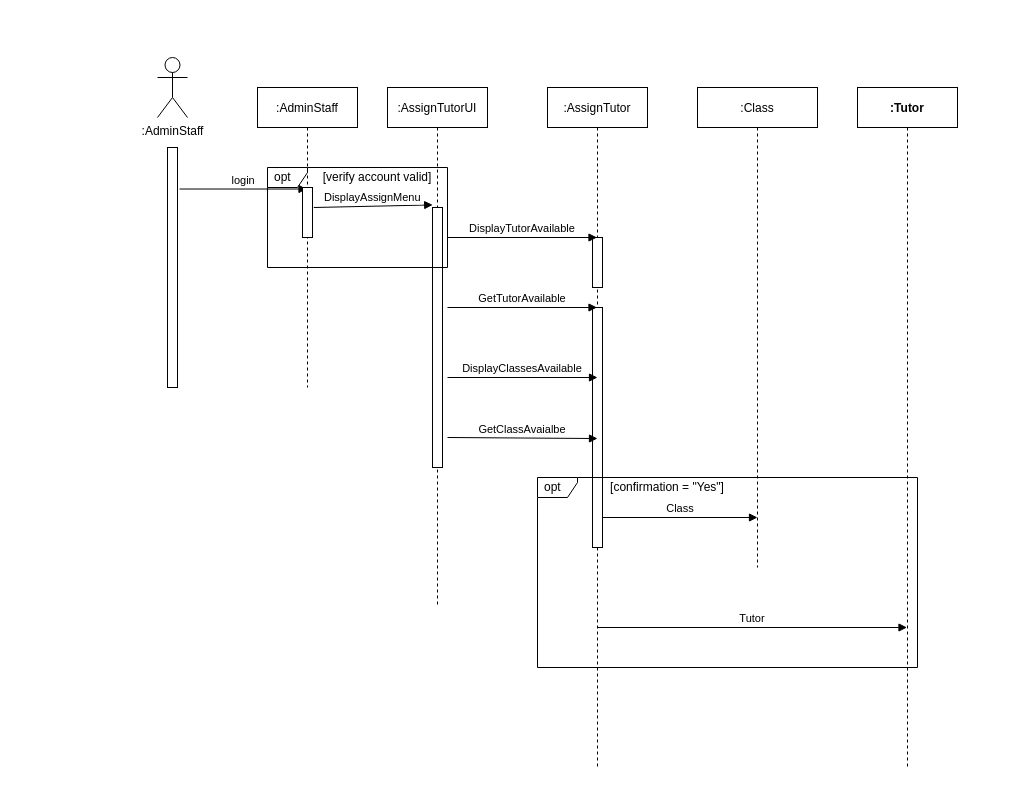
Above: OOAD DIAGRAM/SequenceDiagram.drawio in Jerald13/SemV2-Drawio (draw.io), before the change. Source tidied: cells renumbered, new cells numbered last; positions are measured from the earlier drawing's top-left corner, leaving out a move shared by most shapes. Both pictures are drawn from the tidied source at 100%, with x=0, y=0 at pixel (157, 57).
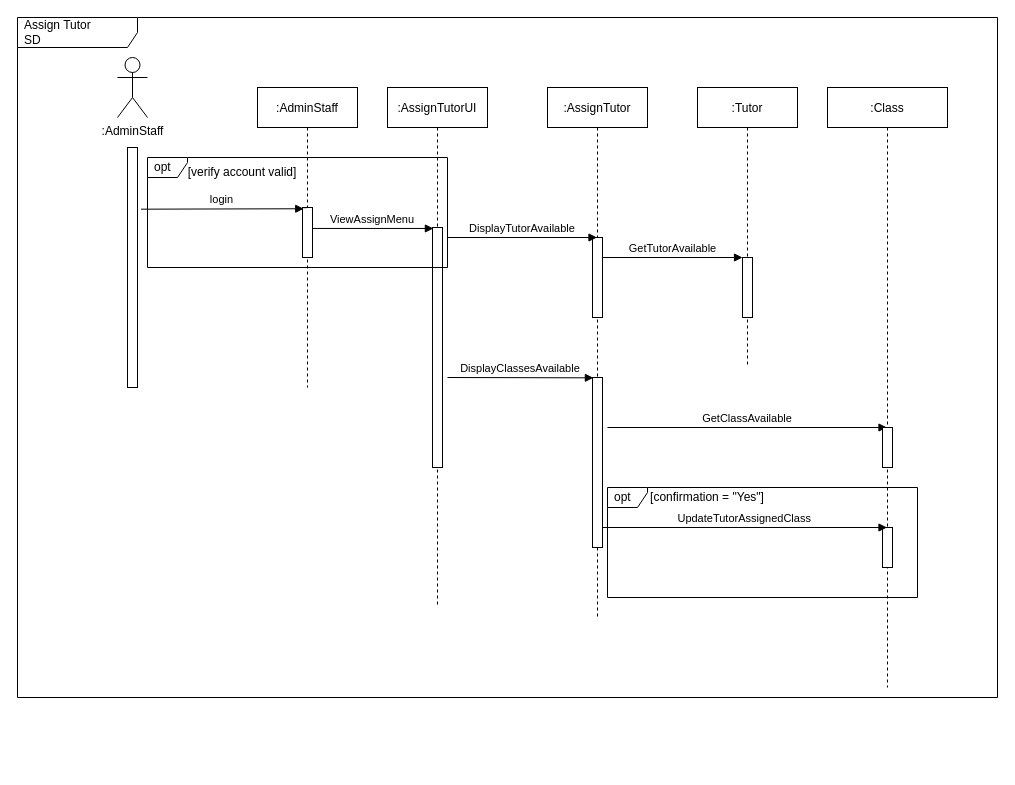
The same page after the edit.

Unchanged cells that the change refers to:
```xml
<mxCell id="2" value=":AssignTutorUI" style="shape=umlLifeline;perimeter=lifelinePerimeter;rounded=0;shadow=0;strokeWidth=1;" parent="1" vertex="1">
  <mxGeometry x="230" y="30" width="100" height="520" as="geometry" />
</mxCell>
<mxCell id="16" value=":AdminStaff" style="shape=umlLifeline;perimeter=lifelinePerimeter;rounded=0;shadow=0;strokeWidth=1;" parent="1" vertex="1">
  <mxGeometry x="100" y="30" width="100" height="300" as="geometry" />
</mxCell>
```

What changed in the source:
```diff
@@
     <mxCell id="3" style="points=[];perimeter=orthogonalPerimeter;rounded=0;shadow=0;strokeWidth=1;" parent="2" vertex="1">
-      <mxGeometry x="45" y="120" width="10" height="260" as="geometry" />
+      <mxGeometry x="45" y="140" width="10" height="240" as="geometry" />
     </mxCell>
     <mxCell id="4" value="opt" style="shape=umlFrame;whiteSpace=wrap;html=1;width=40;height=20;boundedLbl=1;verticalAlign=middle;align=left;spacingLeft=5;strokeColor=default;gradientColor=none;" parent="2" vertex="1">
-      <mxGeometry x="-120" y="80" width="180" height="100" as="geometry" />
+      <mxGeometry x="-240" y="70" width="300" height="110" as="geometry" />
     </mxCell>
-    <mxCell id="5" value="[verify account valid]" style="text;html=1;strokeColor=none;fillColor=none;align=center;verticalAlign=middle;whiteSpace=wrap;rounded=0;" parent="2" vertex="1">
-      <mxGeometry x="-80" y="85" width="140" height="10" as="geometry" />
-    </mxCell>
     <mxCell id="6" value=":AssignTutor" style="shape=umlLifeline;perimeter=lifelinePerimeter;rounded=0;shadow=0;strokeWidth=1;" parent="1" vertex="1">
-      <mxGeometry x="390" y="30" width="100" height="680" as="geometry" />
+      <mxGeometry x="390" y="30" width="100" height="530" as="geometry" />
     </mxCell>
     <mxCell id="7" style="perimeter=orthogonalPerimeter;rounded=0;shadow=0;strokeWidth=1;" parent="6" vertex="1">
-      <mxGeometry x="45" y="150" width="10" height="50" as="geometry" />
+      <mxGeometry x="45" y="150" width="10" height="80" as="geometry" />
     </mxCell>
     <mxCell id="8" style="points=[];perimeter=orthogonalPerimeter;rounded=0;shadow=0;strokeWidth=1;" parent="6" vertex="1">
-      <mxGeometry x="45" y="220" width="10" height="240" as="geometry" />
+      <mxGeometry x="45" y="290" width="10" height="170" as="geometry" />
     </mxCell>
-    <mxCell id="9" value="GetTutorAvailable" style="verticalAlign=bottom;endArrow=block;shadow=0;strokeWidth=1;" parent="6" edge="1">
-      <mxGeometry relative="1" as="geometry">
-        <mxPoint x="-100" y="220" as="sourcePoint" />
-        <mxPoint x="49.5" y="220" as="targetPoint" />
-      </mxGeometry>
-    </mxCell>
     <mxCell id="10" value=":AdminStaff" style="shape=umlActor;verticalLabelPosition=bottom;verticalAlign=top;html=1;strokeColor=default;gradientColor=none;" parent="1" vertex="1">
-      <mxGeometry width="30" height="60" as="geometry" />
+      <mxGeometry x="-40" width="30" height="60" as="geometry" />
     </mxCell>
     <mxCell id="11" style="points=[];perimeter=orthogonalPerimeter;rounded=0;shadow=0;strokeWidth=1;" parent="1" vertex="1">
-      <mxGeometry x="10" y="90" width="10" height="240" as="geometry" />
+      <mxGeometry x="-30" y="90" width="10" height="240" as="geometry" />
     </mxCell>
-    <mxCell id="12" value=":Class" style="shape=umlLifeline;perimeter=lifelinePerimeter;rounded=0;shadow=0;strokeWidth=1;" parent="1" vertex="1">
-      <mxGeometry x="540" y="30" width="120" height="480" as="geometry" />
-    </mxCell>
-    <mxCell id="13" value="[confirmation = &quot;Yes&quot;]" style="text;html=1;strokeColor=none;fillColor=none;align=center;verticalAlign=middle;whiteSpace=wrap;rounded=0;" parent="12" vertex="1">
-      <mxGeometry x="-100" y="390" width="140" height="20" as="geometry" />
-    </mxCell>
-    <mxCell id="14" value="Class" style="verticalAlign=bottom;endArrow=block;shadow=0;strokeWidth=1;" parent="12" edge="1">
-      <mxGeometry relative="1" as="geometry">
-        <mxPoint x="-95" y="430" as="sourcePoint" />
-        <mxPoint x="60" y="430" as="targetPoint" />
-      </mxGeometry>
-    </mxCell>
-    <mxCell id="15" value="login" style="verticalAlign=bottom;endArrow=block;shadow=0;strokeWidth=1;exitX=1.21;exitY=0.173;exitDx=0;exitDy=0;exitPerimeter=0;" parent="1" edge="1" source="11" target="16">
+    <mxCell id="15" value="login" style="verticalAlign=bottom;endArrow=block;shadow=0;strokeWidth=1;exitX=1.348;exitY=0.257;exitDx=0;exitDy=0;exitPerimeter=0;entryX=0.124;entryY=0.025;entryDx=0;entryDy=0;entryPerimeter=0;" parent="1" edge="1" source="11" target="17">
       <mxGeometry relative="1" as="geometry" />
     </mxCell>
@@
-    <mxCell id="17" style="points=[];perimeter=orthogonalPerimeter;rounded=0;shadow=0;strokeWidth=1;" parent="16" vertex="1">
-      <mxGeometry x="45" y="100" width="10" height="50" as="geometry" />
-    </mxCell>
-    <mxCell id="18" value="DisplayAssignMenu" style="verticalAlign=bottom;endArrow=block;shadow=0;strokeWidth=1;exitX=1.21;exitY=0.173;exitDx=0;exitDy=0;exitPerimeter=0;entryX=0.021;entryY=-0.01;entryDx=0;entryDy=0;entryPerimeter=0;" parent="1" edge="1" target="3">
-      <mxGeometry relative="1" as="geometry">
-        <mxPoint x="156.3" y="150" as="sourcePoint" />
-      </mxGeometry>
+    <mxCell id="18" value="ViewAssignMenu" style="verticalAlign=bottom;endArrow=block;shadow=0;strokeWidth=1;entryX=0.09;entryY=0.004;entryDx=0;entryDy=0;entryPerimeter=0;startArrow=none;" parent="1" edge="1" source="17" target="3">
+      <mxGeometry relative="1" as="geometry" />
     </mxCell>
@@
+    <mxCell id="23" value="DisplayClassesAvailable" style="verticalAlign=bottom;endArrow=block;shadow=0;strokeWidth=1;entryX=0.09;entryY=0.002;entryDx=0;entryDy=0;entryPerimeter=0;" parent="1" edge="1" target="8">
+      <mxGeometry relative="1" as="geometry">
+        <mxPoint x="290" y="320" as="sourcePoint" />
+      </mxGeometry>
+    </mxCell>
+    <mxCell id="13" value="[confirmation = &quot;Yes&quot;]" style="text;html=1;strokeColor=none;fillColor=none;align=center;verticalAlign=middle;whiteSpace=wrap;rounded=0;" parent="1" vertex="1">
+      <mxGeometry x="480" y="430" width="140" height="20" as="geometry" />
+    </mxCell>
-    <mxCell id="20" value=":Tutor" style="shape=umlLifeline;perimeter=lifelinePerimeter;rounded=0;shadow=0;strokeWidth=1;fontStyle=1;" parent="1" vertex="1">
-      <mxGeometry x="700" y="30" width="100" height="680" as="geometry" />
+    <mxCell id="20" value=":Tutor" style="shape=umlLifeline;perimeter=lifelinePerimeter;rounded=0;shadow=0;strokeWidth=1;" parent="1" vertex="1">
+      <mxGeometry x="540" y="30" width="100" height="280" as="geometry" />
     </mxCell>
+    <mxCell id="25" style="perimeter=orthogonalPerimeter;rounded=0;shadow=0;strokeWidth=1;" parent="20" vertex="1">
+      <mxGeometry x="45" y="170" width="10" height="60" as="geometry" />
+    </mxCell>
+    <mxCell id="24" value="GetClassAvailable" style="verticalAlign=bottom;endArrow=block;shadow=0;strokeWidth=1;" parent="20" edge="1" target="12">
+      <mxGeometry relative="1" as="geometry">
+        <mxPoint x="-90" y="340" as="sourcePoint" />
+      </mxGeometry>
+    </mxCell>
+    <mxCell id="9" value="GetTutorAvailable" style="verticalAlign=bottom;endArrow=block;shadow=0;strokeWidth=1;" parent="1" edge="1">
+      <mxGeometry relative="1" as="geometry">
+        <mxPoint x="445.5" y="200" as="sourcePoint" />
+        <mxPoint x="585" y="200" as="targetPoint" />
+      </mxGeometry>
+    </mxCell>
+    <mxCell id="12" value=":Class" style="shape=umlLifeline;perimeter=lifelinePerimeter;rounded=0;shadow=0;strokeWidth=1;" parent="1" vertex="1">
+      <mxGeometry x="670" y="30" width="120" height="600" as="geometry" />
+    </mxCell>
+    <mxCell id="26" style="perimeter=orthogonalPerimeter;rounded=0;shadow=0;strokeWidth=1;" parent="12" vertex="1">
+      <mxGeometry x="55" y="340" width="10" height="40" as="geometry" />
+    </mxCell>
+    <mxCell id="27" style="perimeter=orthogonalPerimeter;rounded=0;shadow=0;strokeWidth=1;" parent="12" vertex="1">
+      <mxGeometry x="55" y="440" width="10" height="40" as="geometry" />
+    </mxCell>
+    <mxCell id="17" style="points=[];perimeter=orthogonalPerimeter;rounded=0;shadow=0;strokeWidth=1;" parent="1" vertex="1">
+      <mxGeometry x="145" y="150" width="10" height="50" as="geometry" />
+    </mxCell>
+    <mxCell id="28" style="verticalAlign=bottom;endArrow=none;shadow=0;strokeWidth=1;entryX=0.09;entryY=0.004;entryDx=0;entryDy=0;entryPerimeter=0;" parent="1" edge="1" source="16" target="17">
+      <mxGeometry relative="1" as="geometry" />
+    </mxCell>
+    <mxCell id="5" value="[verify account valid]" style="text;html=1;strokeColor=none;fillColor=none;align=center;verticalAlign=middle;whiteSpace=wrap;rounded=0;" parent="1" vertex="1">
+      <mxGeometry x="15" y="110" width="140" height="10" as="geometry" />
+    </mxCell>
+    <mxCell id="29" value="UpdateTutorAssignedClass" style="verticalAlign=bottom;endArrow=block;shadow=0;strokeWidth=1;" parent="1" edge="1" target="12">
+      <mxGeometry relative="1" as="geometry">
+        <mxPoint x="445.2" y="470" as="sourcePoint" />
+      </mxGeometry>
+    </mxCell>
-    <mxCell id="21" value="opt" style="shape=umlFrame;whiteSpace=wrap;html=1;width=40;height=20;boundedLbl=1;verticalAlign=middle;align=left;spacingLeft=5;strokeColor=default;gradientColor=none;" parent="20" vertex="1">
-      <mxGeometry x="-320" y="390" width="380" height="190" as="geometry" />
+    <mxCell id="21" value="opt" style="shape=umlFrame;whiteSpace=wrap;html=1;width=40;height=20;boundedLbl=1;verticalAlign=middle;align=left;spacingLeft=5;strokeColor=default;gradientColor=none;" parent="1" vertex="1">
+      <mxGeometry x="450" y="430" width="310" height="110" as="geometry" />
     </mxCell>
-    <mxCell id="22" value="Tutor" style="verticalAlign=bottom;endArrow=block;shadow=0;strokeWidth=1;" parent="1" edge="1" target="20">
-      <mxGeometry relative="1" as="geometry">
-        <mxPoint x="440" y="570" as="sourcePoint" />
-      </mxGeometry>
-    </mxCell>
-    <mxCell id="23" value="DisplayClassesAvailable" style="verticalAlign=bottom;endArrow=block;shadow=0;strokeWidth=1;" parent="1" edge="1">
-      <mxGeometry relative="1" as="geometry">
-        <mxPoint x="290" y="320" as="sourcePoint" />
-        <mxPoint x="440" y="320" as="targetPoint" />
-      </mxGeometry>
-    </mxCell>
-    <mxCell id="24" value="GetClassAvaialbe" style="verticalAlign=bottom;endArrow=block;shadow=0;strokeWidth=1;entryX=0.5;entryY=0.546;entryDx=0;entryDy=0;entryPerimeter=0;" parent="1" edge="1" target="8">
-      <mxGeometry relative="1" as="geometry">
-        <mxPoint x="290" y="380" as="sourcePoint" />
-      </mxGeometry>
-    </mxCell>
+    <mxCell id="30" value="Assign Tutor&lt;br&gt;SD" style="shape=umlFrame;whiteSpace=wrap;html=1;width=120;height=30;boundedLbl=1;verticalAlign=middle;align=left;spacingLeft=5;" parent="1" vertex="1">
+      <mxGeometry x="-140" y="-40" width="980" height="680" as="geometry" />
+    </mxCell>
```
